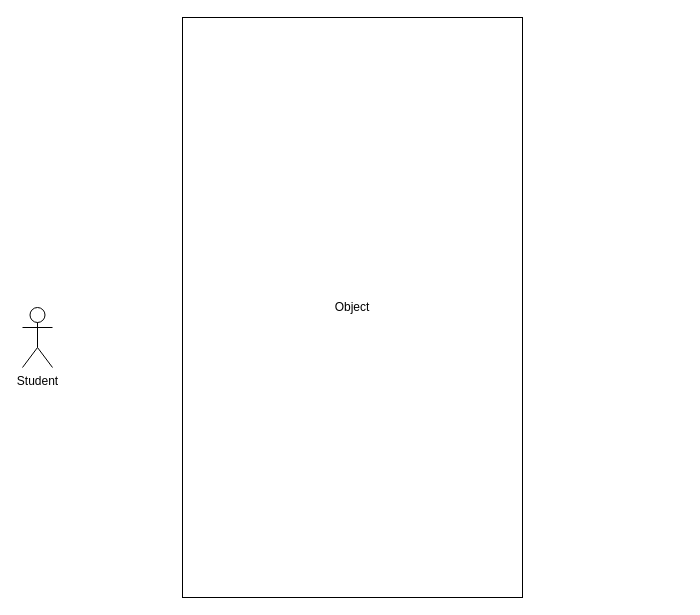
Before: Untitled Diagram.drawio in SETHU60/cput_accomodation_application, a draw.io diagram. Source tidied: cells renumbered, new cells numbered last; positions are measured from the earlier drawing's top-left corner, leaving out a move shared by most shapes. Both pictures are drawn from the tidied source at 100%, with x=0, y=0 at pixel (22, 17).
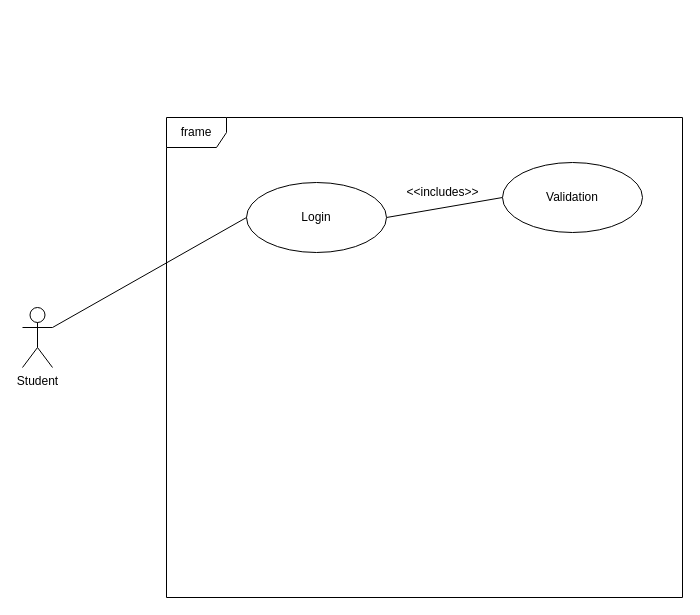
The same diagram, later.

What changed in the source:
```diff
@@
 <mxGraphModel>
   <root>
     <mxCell id="0" />
     <mxCell id="1" parent="0" />
     <mxCell id="2" value="Student" style="shape=umlActor;verticalLabelPosition=bottom;verticalAlign=top;html=1;" parent="1" vertex="1">
       <mxGeometry y="290" width="30" height="60" as="geometry" />
     </mxCell>
-    <mxCell id="3" value="Object" style="html=1;whiteSpace=wrap;" parent="1" vertex="1">
-      <mxGeometry x="160" width="340" height="580" as="geometry" />
-    </mxCell>
+    <mxCell id="4" value="frame" style="shape=umlFrame;whiteSpace=wrap;html=1;" parent="1" vertex="1">
+      <mxGeometry x="144" y="100" width="516" height="480" as="geometry" />
+    </mxCell>
+    <mxCell id="5" style="rounded=0;jettySize=auto;html=1;exitX=1;exitY=0.5;exitDx=0;exitDy=0;entryX=0;entryY=0.5;entryDx=0;entryDy=0;endArrow=none;endFill=0;" parent="1" edge="1" source="6" target="8">
+      <mxGeometry relative="1" as="geometry" />
+    </mxCell>
+    <mxCell id="6" value="Login" style="ellipse;whiteSpace=wrap;html=1;" parent="1" vertex="1">
+      <mxGeometry x="224" y="165" width="140" height="70" as="geometry" />
+    </mxCell>
+    <mxCell id="7" style="rounded=0;jettySize=auto;html=1;exitX=1;exitY=0.3333333333333333;exitDx=0;exitDy=0;exitPerimeter=0;entryX=0;entryY=0.5;entryDx=0;entryDy=0;endArrow=none;endFill=0;" parent="1" edge="1" source="2" target="6">
+      <mxGeometry relative="1" as="geometry" />
+    </mxCell>
+    <mxCell id="8" value="Validation" style="ellipse;whiteSpace=wrap;html=1;" parent="1" vertex="1">
+      <mxGeometry x="480" y="145" width="140" height="70" as="geometry" />
+    </mxCell>
+    <mxCell id="9" value="&amp;lt;&amp;lt;includes&amp;gt;&amp;gt;" style="text;html=1;align=center;verticalAlign=middle;strokeColor=none;fillColor=none;rotation=0;" parent="1" vertex="1">
+      <mxGeometry x="370" y="160" width="100" height="30" as="geometry" />
+    </mxCell>
   </root>
 </mxGraphModel>
```
